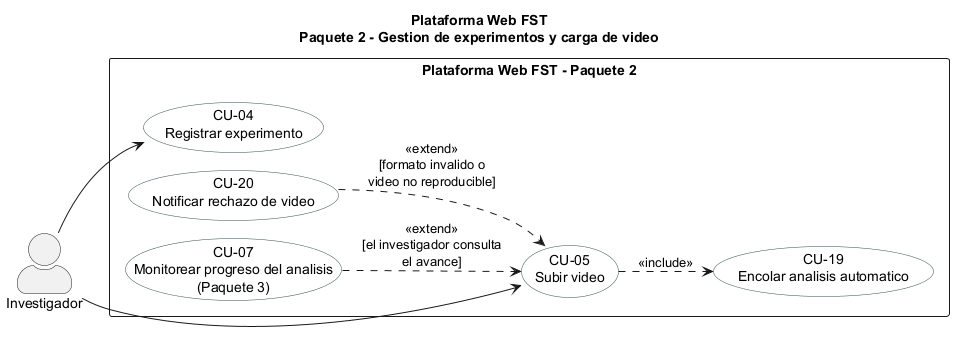
The PlantUML diagram figures/mermaid/cu_paquete2.png in ErickJester/fst-ai-system-latex, before a commit.
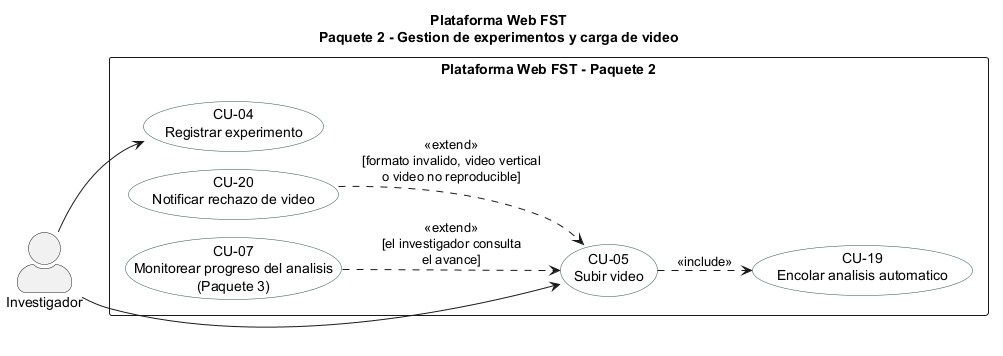
Above is the later version.

Commit message:
Alinear las fichas de casos de uso entre si y con los diagramas

What changed in the source:
```diff
@@ -19,6 +19,6 @@
 INV --> CU04
 INV --> CU05
 CU05 ..> CU19 : <<include>>
-CU20 ..> CU05 : <<extend>>\n[formato invalido o\nvideo no reproducible]
+CU20 ..> CU05 : <<extend>>\n[formato invalido, video vertical\no video no reproducible]
 CU07 ..> CU05 : <<extend>>\n[el investigador consulta\nel avance]
 @enduml
```
